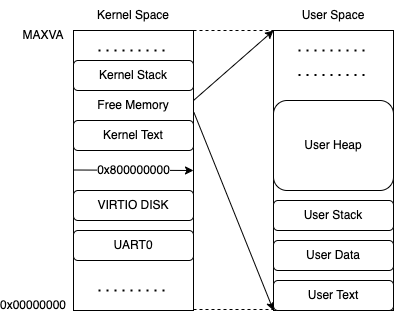
txd0213/xmu-template keeps this draw.io diagram as figures/core.drawio.png. Above is the earlier version. Source tidied: cells renumbered, new cells last; positions are measured from the earlier drawing's top-left corner, leaving out a move shared by most shapes. Source of this version:
```xml
<mxGraphModel>
  <root>
    <mxCell id="0" />
    <mxCell id="1" parent="0" />
    <mxCell id="2" style="rounded=0;whiteSpace=wrap;html=1;" parent="1" vertex="1">
      <mxGeometry x="70" y="30" width="120" height="280" as="geometry" />
    </mxCell>
    <mxCell id="3" style="endArrow=classic;html=1;rounded=0;entryX=1;entryY=0.5;entryDx=0;entryDy=0;" parent="1" edge="1" target="2">
      <mxGeometry relative="1" as="geometry">
        <mxPoint x="70" y="169.5" as="sourcePoint" />
      </mxGeometry>
    </mxCell>
    <mxCell id="4" value="0x800000000" style="edgeLabel;html=1;align=center;verticalAlign=middle;" parent="3" vertex="1">
      <mxGeometry relative="1" as="geometry" />
    </mxCell>
    <mxCell id="5" style="edgeStyle=orthogonalEdgeStyle;rounded=0;orthogonalLoop=1;jettySize=auto;html=1;exitX=0.5;exitY=1;exitDx=0;exitDy=0;" parent="1" edge="1">
      <mxGeometry relative="1" as="geometry">
        <mxPoint x="130" y="240" as="sourcePoint" />
        <mxPoint x="130" y="240" as="targetPoint" />
      </mxGeometry>
    </mxCell>
    <mxCell id="6" value="UART0" style="rounded=1;whiteSpace=wrap;html=1;" parent="1" vertex="1">
      <mxGeometry x="70" y="230" width="120" height="30" as="geometry" />
    </mxCell>
    <mxCell id="7" value="VIRTIO DISK" style="rounded=1;whiteSpace=wrap;html=1;" parent="1" vertex="1">
      <mxGeometry x="70" y="190" width="120" height="30" as="geometry" />
    </mxCell>
    <mxCell id="8" style="endArrow=none;dashed=1;html=1;dashPattern=1 3;strokeWidth=2;rounded=0;" parent="1" edge="1">
      <mxGeometry relative="1" as="geometry">
        <mxPoint x="95" y="290" as="sourcePoint" />
        <mxPoint x="165" y="290" as="targetPoint" />
      </mxGeometry>
    </mxCell>
    <mxCell id="9" value="Kernel Text" style="rounded=1;whiteSpace=wrap;html=1;" parent="1" vertex="1">
      <mxGeometry x="70" y="120" width="120" height="30" as="geometry" />
    </mxCell>
    <mxCell id="10" value="Kernel Stack" style="rounded=1;whiteSpace=wrap;html=1;" parent="1" vertex="1">
      <mxGeometry x="70" y="60" width="120" height="30" as="geometry" />
    </mxCell>
    <mxCell id="11" style="endArrow=none;dashed=1;html=1;dashPattern=1 3;strokeWidth=2;rounded=0;" parent="1" edge="1">
      <mxGeometry relative="1" as="geometry">
        <mxPoint x="95" y="50" as="sourcePoint" />
        <mxPoint x="165" y="50" as="targetPoint" />
      </mxGeometry>
    </mxCell>
    <mxCell id="12" value="0x00000000" style="text;html=1;strokeColor=none;fillColor=none;align=center;verticalAlign=middle;whiteSpace=wrap;rounded=0;" parent="1" vertex="1">
      <mxGeometry y="290" width="60" height="30" as="geometry" />
    </mxCell>
    <mxCell id="13" value="MAXVA" style="text;html=1;strokeColor=none;fillColor=none;align=center;verticalAlign=middle;whiteSpace=wrap;rounded=0;" parent="1" vertex="1">
      <mxGeometry x="10" y="20" width="60" height="30" as="geometry" />
    </mxCell>
    <mxCell id="14" style="rounded=0;whiteSpace=wrap;html=1;" parent="1" vertex="1">
      <mxGeometry x="270" y="30" width="120" height="280" as="geometry" />
    </mxCell>
    <mxCell id="15" style="endArrow=classic;html=1;rounded=0;entryX=0;entryY=0;entryDx=0;entryDy=0;exitX=1;exitY=0.25;exitDx=0;exitDy=0;" parent="1" edge="1" source="2" target="14">
      <mxGeometry relative="1" as="geometry" />
    </mxCell>
    <mxCell id="16" style="endArrow=classic;html=1;rounded=0;exitX=1.004;exitY=0.293;exitDx=0;exitDy=0;entryX=0;entryY=1;entryDx=0;entryDy=0;exitPerimeter=0;" parent="1" edge="1" source="2" target="14">
      <mxGeometry relative="1" as="geometry" />
    </mxCell>
    <mxCell id="17" value="User Stack" style="rounded=1;whiteSpace=wrap;html=1;" parent="1" vertex="1">
      <mxGeometry x="270" y="200" width="120" height="30" as="geometry" />
    </mxCell>
    <mxCell id="18" value="User Text" style="rounded=1;whiteSpace=wrap;html=1;" parent="1" vertex="1">
      <mxGeometry x="270" y="280" width="120" height="30" as="geometry" />
    </mxCell>
    <mxCell id="19" value="User Data" style="rounded=1;whiteSpace=wrap;html=1;" parent="1" vertex="1">
      <mxGeometry x="270" y="240" width="120" height="30" as="geometry" />
    </mxCell>
    <mxCell id="20" value="User Heap" style="rounded=1;whiteSpace=wrap;html=1;" parent="1" vertex="1">
      <mxGeometry x="270" y="100" width="120" height="90" as="geometry" />
    </mxCell>
    <mxCell id="21" style="endArrow=none;dashed=1;html=1;dashPattern=1 3;strokeWidth=2;rounded=0;" parent="1" edge="1">
      <mxGeometry relative="1" as="geometry">
        <mxPoint x="295" y="50" as="sourcePoint" />
        <mxPoint x="365" y="50" as="targetPoint" />
      </mxGeometry>
    </mxCell>
    <mxCell id="22" style="endArrow=none;dashed=1;html=1;dashPattern=1 3;strokeWidth=2;rounded=0;" parent="1" edge="1">
      <mxGeometry relative="1" as="geometry">
        <mxPoint x="295" y="74.5" as="sourcePoint" />
        <mxPoint x="365" y="74.5" as="targetPoint" />
      </mxGeometry>
    </mxCell>
    <mxCell id="23" value="Free Memory" style="text;html=1;strokeColor=none;fillColor=none;align=center;verticalAlign=middle;whiteSpace=wrap;rounded=0;" parent="1" vertex="1">
      <mxGeometry x="80" y="90" width="100" height="30" as="geometry" />
    </mxCell>
    <mxCell id="24" style="endArrow=none;dashed=1;html=1;rounded=0;" parent="1" edge="1">
      <mxGeometry relative="1" as="geometry">
        <mxPoint x="190" y="30" as="sourcePoint" />
        <mxPoint x="270" y="30" as="targetPoint" />
      </mxGeometry>
    </mxCell>
    <mxCell id="25" style="endArrow=none;dashed=1;html=1;rounded=0;" parent="1" edge="1">
      <mxGeometry relative="1" as="geometry">
        <mxPoint x="190" y="309" as="sourcePoint" />
        <mxPoint x="270" y="309" as="targetPoint" />
      </mxGeometry>
    </mxCell>
    <mxCell id="26" value="Kernel Space" style="text;html=1;strokeColor=none;fillColor=none;align=center;verticalAlign=middle;whiteSpace=wrap;rounded=0;" parent="1" vertex="1">
      <mxGeometry x="90" width="80" height="30" as="geometry" />
    </mxCell>
    <mxCell id="27" value="User Space" style="text;html=1;strokeColor=none;fillColor=none;align=center;verticalAlign=middle;whiteSpace=wrap;rounded=0;" parent="1" vertex="1">
      <mxGeometry x="290" width="80" height="30" as="geometry" />
    </mxCell>
  </root>
</mxGraphModel>
```
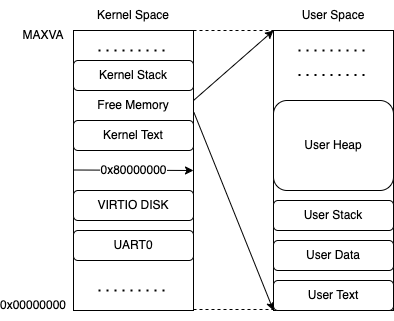
The same diagram one commit later.

Change to the diagram source:
```diff
@@ -5,12 +5,13 @@
     <mxCell id="2" style="rounded=0;whiteSpace=wrap;html=1;" parent="1" vertex="1">
       <mxGeometry x="70" y="30" width="120" height="280" as="geometry" />
     </mxCell>
-    <mxCell id="3" style="endArrow=classic;html=1;rounded=0;entryX=1;entryY=0.5;entryDx=0;entryDy=0;" parent="1" edge="1" target="2">
+    <mxCell id="3" style="endArrow=classic;html=1;rounded=0;entryX=1;entryY=0.5;entryDx=0;entryDy=0;" parent="1" edge="1">
       <mxGeometry relative="1" as="geometry">
         <mxPoint x="70" y="169.5" as="sourcePoint" />
+        <mxPoint x="190" y="170" as="targetPoint" />
       </mxGeometry>
     </mxCell>
-    <mxCell id="4" value="0x800000000" style="edgeLabel;html=1;align=center;verticalAlign=middle;" parent="3" vertex="1">
+    <mxCell id="4" value="0x80000000" style="edgeLabel;html=1;align=center;verticalAlign=middle;" parent="3" vertex="1">
       <mxGeometry relative="1" as="geometry" />
     </mxCell>
     <mxCell id="5" style="edgeStyle=orthogonalEdgeStyle;rounded=0;orthogonalLoop=1;jettySize=auto;html=1;exitX=0.5;exitY=1;exitDx=0;exitDy=0;" parent="1" edge="1">
```
